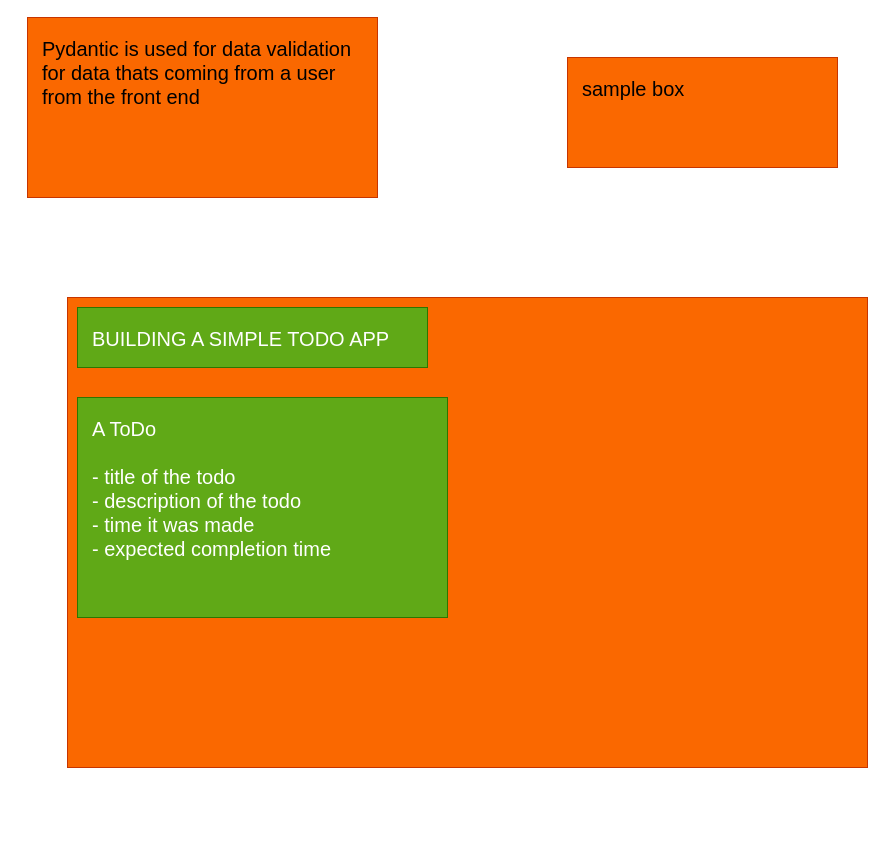
IsaacSemb/todo-list-fast-api-pydantic keeps this draw.io diagram as docs/drawio_maps/plan.drawio. Above is the earlier version. Source tidied: cells renumbered, new cells numbered last; positions are measured from the earlier drawing's top-left corner, leaving out a move shared by most shapes. Both pictures are drawn from the tidied source at 100%, with x=0, y=0 at pixel (27, 17).
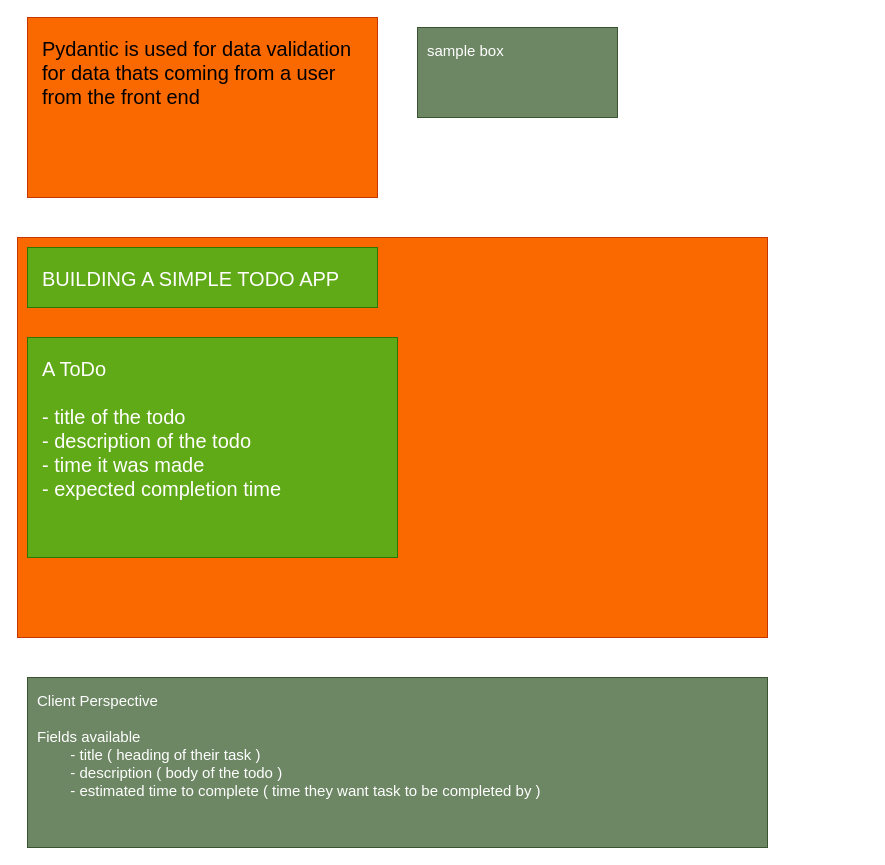
After the change.

Commit message (it also covers changes not shown here):
Ignore Auto back up files from drawio

The edit, as a diff of the source:
```diff
@@
 <mxGraphModel>
   <root>
     <mxCell id="0" />
     <mxCell id="1" parent="0" />
+    <mxCell id="3" value="&lt;font&gt;Pydantic is used for&amp;nbsp;&lt;/font&gt;&lt;span style=&quot;background-color: transparent;&quot;&gt;data validation&lt;/span&gt;&lt;div&gt;&lt;div&gt;&lt;div&gt;&lt;font&gt;for data thats coming from a user&amp;nbsp;&lt;/font&gt;&lt;/div&gt;&lt;div&gt;&lt;font&gt;from the front end&lt;/font&gt;&lt;/div&gt;&lt;/div&gt;&lt;/div&gt;" style="rounded=0;whiteSpace=wrap;html=1;fillColor=light-dark(#fa6800, #6b5343);fontColor=light-dark(#000000, #ffffff);strokeColor=#C73500;fontSize=20;verticalAlign=top;align=left;spacing=15;" parent="1" vertex="1">
+      <mxGeometry width="350" height="180" as="geometry" />
+    </mxCell>
+    <mxCell id="7" style="group;" parent="1" vertex="1">
+      <mxGeometry x="-10" y="220" width="750" height="400" as="geometry" />
+    </mxCell>
-    <mxCell id="2" style="rounded=0;whiteSpace=wrap;html=1;fillColor=#fa6800;fontColor=#000000;strokeColor=#C73500;fontSize=20;verticalAlign=top;align=left;spacing=15;" parent="1" vertex="1">
-      <mxGeometry x="40" y="280" width="800" height="470" as="geometry" />
+    <mxCell id="2" style="rounded=0;whiteSpace=wrap;html=1;fillColor=#fa6800;fontColor=#000000;strokeColor=#C73500;fontSize=20;verticalAlign=top;align=left;spacing=15;" parent="7" vertex="1">
+      <mxGeometry width="750" height="400" as="geometry" />
     </mxCell>
-    <mxCell id="3" value="&lt;font&gt;Pydantic is used for&amp;nbsp;&lt;/font&gt;&lt;span style=&quot;background-color: transparent;&quot;&gt;data validation&lt;/span&gt;&lt;div&gt;&lt;div&gt;&lt;div&gt;&lt;font&gt;for data thats coming from a user&amp;nbsp;&lt;/font&gt;&lt;/div&gt;&lt;div&gt;&lt;font&gt;from the front end&lt;/font&gt;&lt;/div&gt;&lt;/div&gt;&lt;/div&gt;" style="rounded=0;whiteSpace=wrap;html=1;fillColor=light-dark(#fa6800, #6b5343);fontColor=light-dark(#000000, #ffffff);strokeColor=#C73500;fontSize=20;verticalAlign=top;align=left;spacing=15;" parent="1" vertex="1">
-      <mxGeometry width="350" height="180" as="geometry" />
-    </mxCell>
-    <mxCell id="4" value="sample box" style="rounded=0;whiteSpace=wrap;html=1;fillColor=#fa6800;fontColor=#000000;strokeColor=#C73500;fontSize=20;verticalAlign=top;align=left;spacing=15;" parent="1" vertex="1">
-      <mxGeometry x="540" y="40" width="270" height="110" as="geometry" />
-    </mxCell>
-    <mxCell id="5" value="BUILDING A SIMPLE TODO APP" style="rounded=0;whiteSpace=wrap;html=1;fillColor=#60a917;strokeColor=#2D7600;fontSize=20;verticalAlign=top;align=left;spacing=15;fontColor=#ffffff;" parent="1" vertex="1">
-      <mxGeometry x="50" y="290" width="350" height="60" as="geometry" />
+    <mxCell id="5" value="BUILDING A SIMPLE TODO APP" style="rounded=0;whiteSpace=wrap;html=1;fillColor=#60a917;strokeColor=#2D7600;fontSize=20;verticalAlign=top;align=left;spacing=15;fontColor=#ffffff;" parent="7" vertex="1">
+      <mxGeometry x="10" y="10" width="350" height="60" as="geometry" />
     </mxCell>
-    <mxCell id="6" value="A ToDo&lt;div&gt;&lt;br&gt;&lt;/div&gt;&lt;div&gt;- title of the todo&lt;/div&gt;&lt;div&gt;- description of the todo&lt;/div&gt;&lt;div&gt;- time it was made&lt;/div&gt;&lt;div&gt;- expected completion time&lt;/div&gt;" style="rounded=0;whiteSpace=wrap;html=1;fillColor=#60a917;strokeColor=#2D7600;fontSize=20;verticalAlign=top;align=left;spacing=15;fontColor=#ffffff;" parent="1" vertex="1">
-      <mxGeometry x="50" y="380" width="370" height="220" as="geometry" />
+    <mxCell id="6" value="A ToDo&lt;div&gt;&lt;br&gt;&lt;/div&gt;&lt;div&gt;- title of the todo&lt;/div&gt;&lt;div&gt;- description of the todo&lt;/div&gt;&lt;div&gt;- time it was made&lt;/div&gt;&lt;div&gt;- expected completion time&lt;/div&gt;" style="rounded=0;whiteSpace=wrap;html=1;fillColor=#60a917;strokeColor=#2D7600;fontSize=20;verticalAlign=top;align=left;spacing=15;fontColor=#ffffff;" parent="7" vertex="1">
+      <mxGeometry x="10" y="100" width="370" height="220" as="geometry" />
     </mxCell>
+    <mxCell id="4" value="sample box" style="rounded=0;whiteSpace=wrap;html=1;fillColor=#6d8764;fontColor=#ffffff;strokeColor=#3A5431;spacing=10;fontSize=15;align=left;verticalAlign=top;" parent="1" vertex="1">
+      <mxGeometry x="390" y="10" width="200" height="90" as="geometry" />
+    </mxCell>
+    <mxCell id="8" value="Client Perspective&lt;div&gt;&lt;br&gt;&lt;/div&gt;&lt;div&gt;Fields available&lt;/div&gt;&lt;div&gt;&lt;span style=&quot;white-space: pre;&quot;&gt;&#9;&lt;/span&gt;- title ( heading of their task )&lt;br&gt;&lt;/div&gt;&lt;div&gt;&lt;span style=&quot;white-space: pre;&quot;&gt;&#9;&lt;/span&gt;- description ( body of the todo )&lt;br&gt;&lt;/div&gt;&lt;div&gt;&lt;span style=&quot;white-space: pre;&quot;&gt;&#9;&lt;/span&gt;- estimated time to complete ( time they want task to be completed by )&lt;/div&gt;" style="rounded=0;whiteSpace=wrap;html=1;fillColor=#6d8764;fontColor=#ffffff;strokeColor=#3A5431;spacing=10;fontSize=15;align=left;verticalAlign=top;" parent="1" vertex="1">
+      <mxGeometry y="660" width="740" height="170" as="geometry" />
+    </mxCell>
   </root>
 </mxGraphModel>
```
